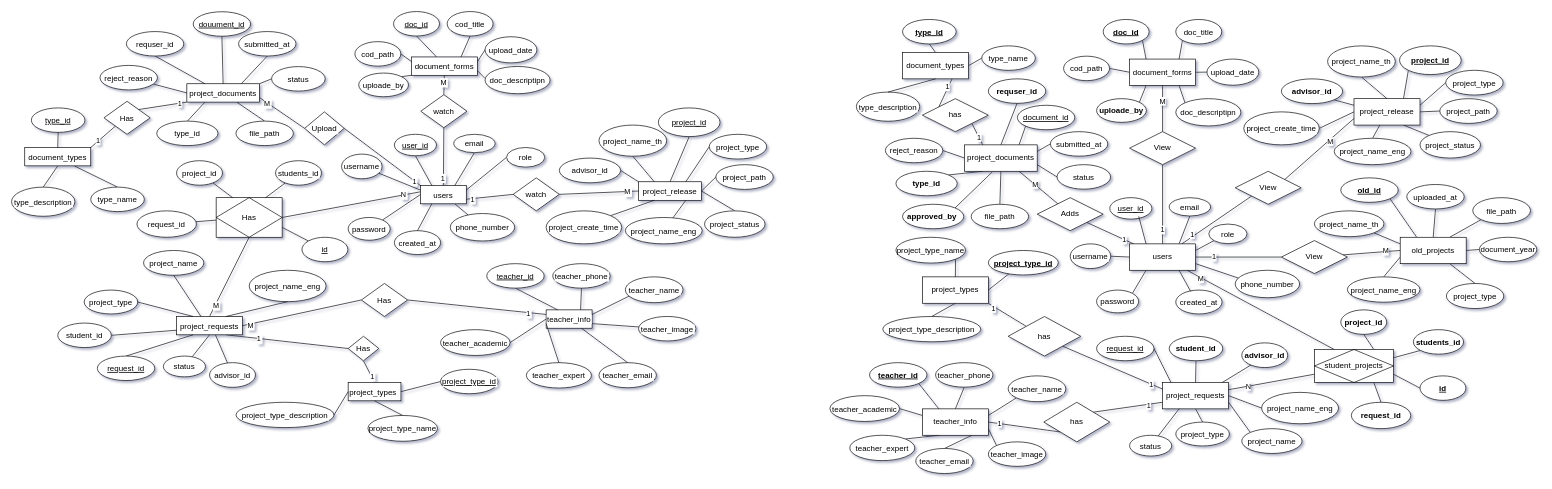
The draw.io diagram ER.drawio in ItsRyS/Diagram-pms, before the edit. Source tidied: cells renumbered, new cells numbered last; positions are measured from the earlier drawing's top-left corner, leaving out a move shared by most shapes. Both pictures are drawn from the tidied source at 66%, with x=0, y=0 at pixel (11, 11).
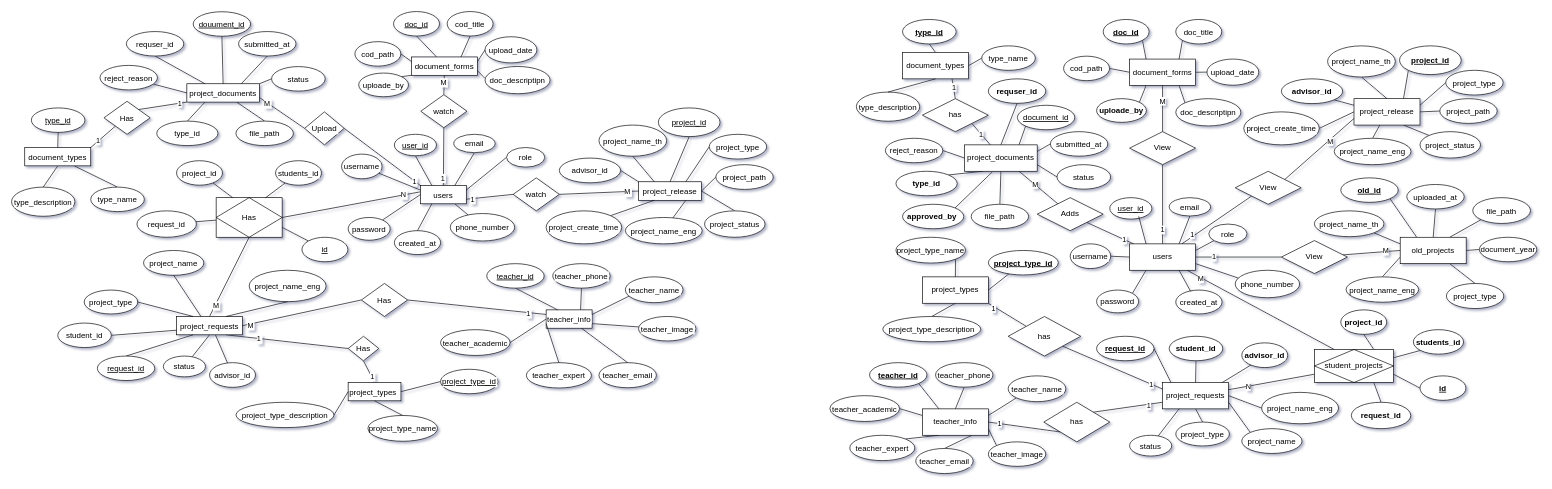
After the change.

The change refers to these unchanged cells:
```xml
<mxCell id="117" value="document_types" style="whiteSpace=wrap;html=1;align=center;" parent="1" vertex="1">
  <mxGeometry x="1350" y="62" width="100" height="40" as="geometry" />
</mxCell>
<mxCell id="187" value="project_documents" style="whiteSpace=wrap;html=1;align=center;" parent="1" vertex="1">
  <mxGeometry x="1444" y="202" width="110" height="40" as="geometry" />
</mxCell>
<mxCell id="219" value="has" style="shape=rhombus;perimeter=rhombusPerimeter;whiteSpace=wrap;html=1;align=center;" parent="1" vertex="1">
  <mxGeometry x="1380" y="132" width="100" height="50" as="geometry" />
</mxCell>
```

Diff of the diagram source:
```diff
@@
-    <mxCell id="178" style="rounded=0;jettySize=auto;html=1;exitX=0.25;exitY=0;exitDx=0;exitDy=0;entryX=1;entryY=1;entryDx=0;entryDy=0;endArrow=none;startFill=0;" parent="1" edge="1" source="187" target="219">
+    <mxCell id="178" style="rounded=0;jettySize=auto;html=1;exitX=0.355;exitY=0;exitDx=0;exitDy=0;entryX=1;entryY=1;entryDx=0;entryDy=0;endArrow=none;startFill=0;exitPerimeter=0;" parent="1" edge="1" source="187" target="219">
       <mxGeometry relative="1" as="geometry" />
     </mxCell>
     <mxCell id="179" value="1" style="edgeLabel;html=1;align=center;verticalAlign=middle;" parent="178" vertex="1">
       <mxGeometry x="-0.45" y="2" relative="1" as="geometry">
-        <mxPoint y="-3" as="offset" />
+        <mxPoint x="-5" y="-9" as="offset" />
       </mxGeometry>
     </mxCell>
@@
-    <mxCell id="217" style="rounded=0;jettySize=auto;html=1;exitX=0;exitY=0;exitDx=0;exitDy=0;entryX=0.75;entryY=1;entryDx=0;entryDy=0;endArrow=none;startFill=0;" parent="1" edge="1" source="219" target="117">
+    <mxCell id="217" style="rounded=0;jettySize=auto;html=1;exitX=0.5;exitY=0;exitDx=0;exitDy=0;entryX=0.75;entryY=1;entryDx=0;entryDy=0;endArrow=none;startFill=0;" parent="1" edge="1" source="219" target="117">
       <mxGeometry relative="1" as="geometry" />
     </mxCell>
     <mxCell id="218" value="1" style="edgeLabel;html=1;align=center;verticalAlign=middle;" parent="217" vertex="1">
-      <mxGeometry x="0.41" y="2" relative="1" as="geometry" />
+      <mxGeometry x="0.41" y="2" relative="1" as="geometry">
+        <mxPoint x="3" y="3" as="offset" />
+      </mxGeometry>
     </mxCell>
@@
     <mxCell id="233" value="project_name_eng" style="ellipse;labelBackgroundColor=none;fontColor=default;textShadow=0;labelBorderColor=none;" parent="1" vertex="1">
-      <mxGeometry x="2024" y="402" width="110" height="38.4" as="geometry" />
+      <mxGeometry x="2022" y="402" width="110" height="38.4" as="geometry" />
     </mxCell>
@@
-    <mxCell id="294" value="type_description" style="ellipse;labelBackgroundColor=default;fontColor=default;textShadow=0;labelBorderColor=none;" parent="1" vertex="1">
+    <mxCell id="294" value="type_description" style="ellipse;labelBackgroundColor=none;fontColor=default;textShadow=0;labelBorderColor=none;" parent="1" vertex="1">
       <mxGeometry x="1280" y="122" width="96" height="44.2" as="geometry" />
     </mxCell>
@@
-    <mxCell id="304" value="request_id" style="ellipse;fontStyle=4;labelBackgroundColor=default;fontColor=default;textShadow=0;labelBorderColor=none;" parent="1" vertex="1">
+    <mxCell id="304" value="request_id" style="ellipse;fontStyle=5;labelBackgroundColor=default;fontColor=default;textShadow=0;labelBorderColor=none;" parent="1" vertex="1">
       <mxGeometry x="1644" y="492" width="87" height="37.1" as="geometry" />
     </mxCell>
```
